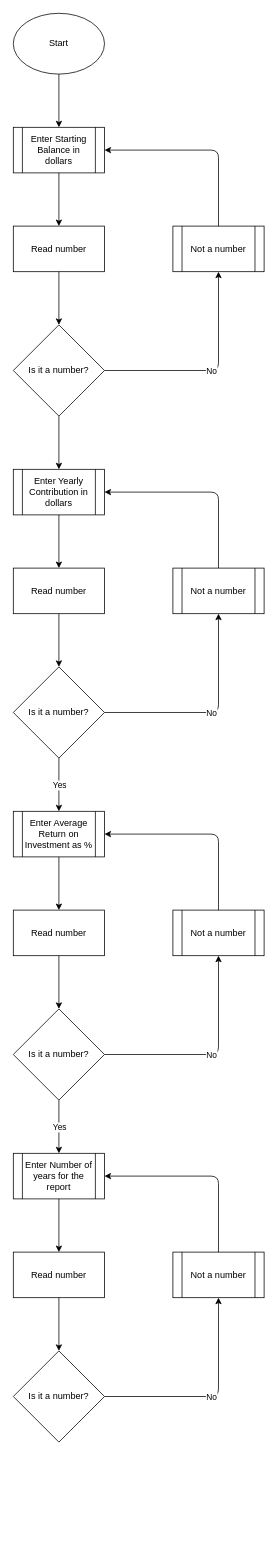
Above: page "Page-1" (1 of 2) of flowchart.drawio in WilsonTalentCenter/advpseudoflow-AubertK1 (draw.io), before the change. Source tidied: cells renumbered, new cells numbered last; positions are measured from the earlier drawing's top-left corner, leaving out a move shared by most shapes. Both pictures are drawn from the tidied source at 76%, with x=0, y=0 at pixel (13, 13).
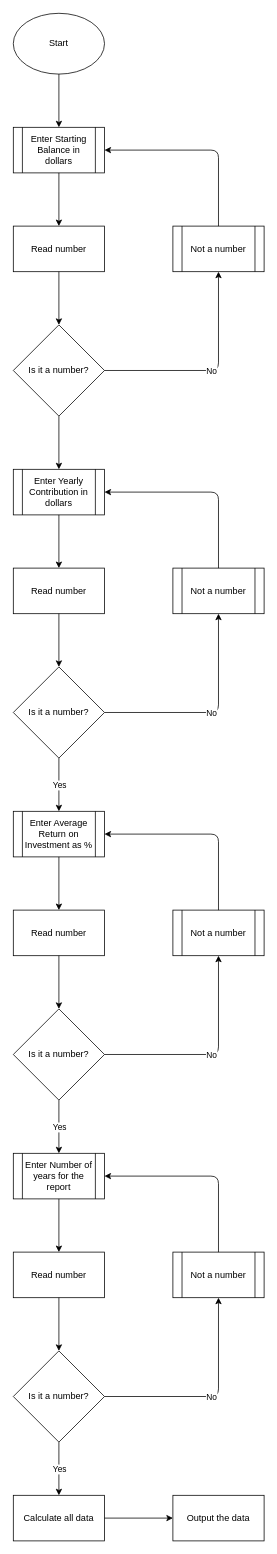
After the change.

Change to the diagram source:
```diff
@@
+    <mxCell id="45" value="Calculate all data" style="rounded=0;whiteSpace=wrap;html=1;" parent="1" vertex="1">
+      <mxGeometry y="1950" width="120" height="60" as="geometry" />
+    </mxCell>
+    <mxCell id="46" value="Output the data" style="rounded=0;whiteSpace=wrap;html=1;" parent="1" vertex="1">
+      <mxGeometry x="210" y="1950" width="120" height="60" as="geometry" />
+    </mxCell>
+    <mxCell id="47" style="endArrow=classic;html=1;entryX=0;entryY=0.5;entryDx=0;entryDy=0;" parent="1" edge="1" target="46">
+      <mxGeometry relative="1" as="geometry">
+        <mxPoint x="120" y="1980" as="sourcePoint" />
+      </mxGeometry>
+    </mxCell>
+    <mxCell id="48" style="endArrow=classic;html=1;entryX=0.5;entryY=0;entryDx=0;entryDy=0;" parent="1" edge="1" target="45">
+      <mxGeometry relative="1" as="geometry">
+        <mxPoint x="60" y="1880" as="sourcePoint" />
+      </mxGeometry>
+    </mxCell>
+    <mxCell id="49" value="Yes" style="edgeLabel;html=1;align=center;verticalAlign=middle;" parent="48" vertex="1">
+      <mxGeometry relative="1" as="geometry" />
+    </mxCell>
```
